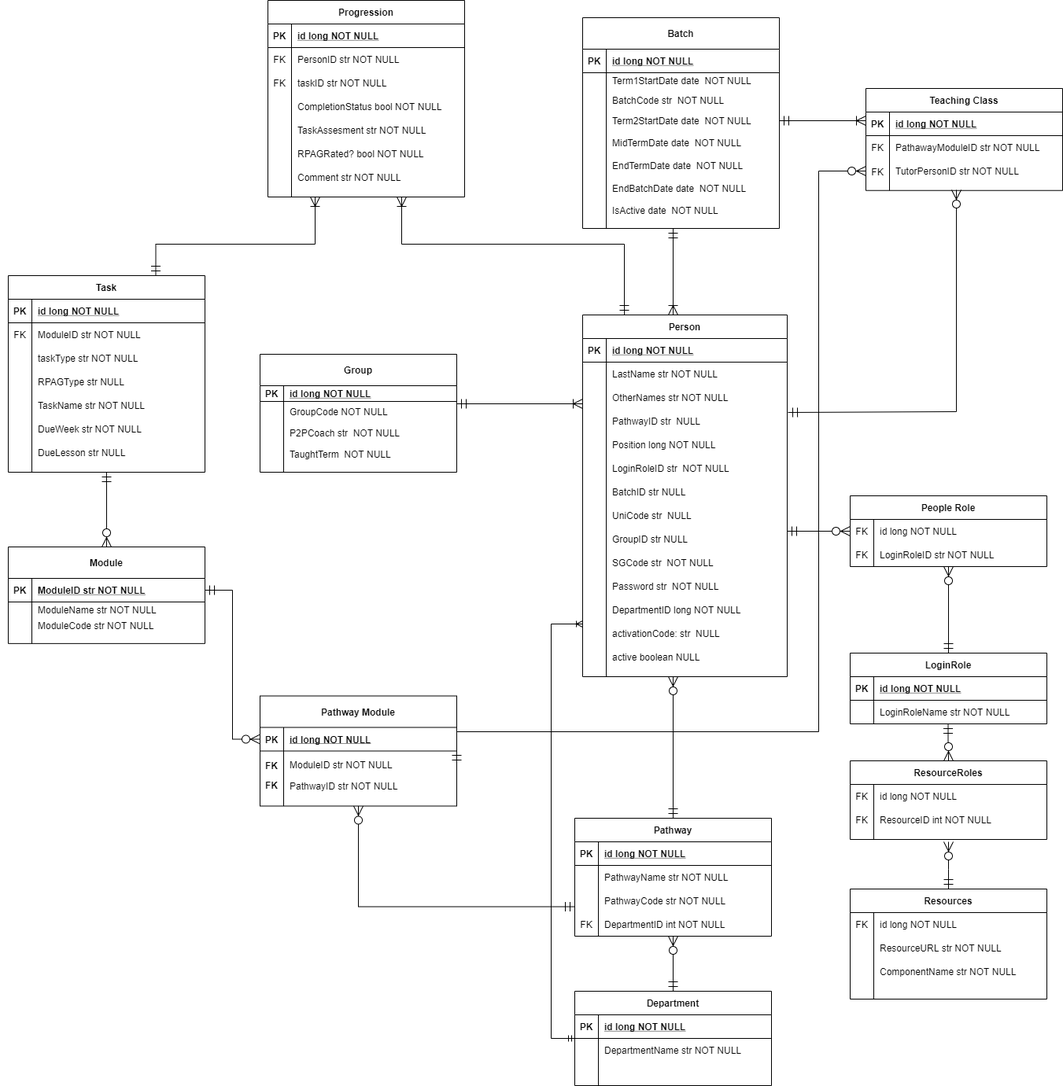
Before: 2021/mongodb/HackathonERD.png, a diagram exported from draw.io (JohnAPedagogy/ProgressiveStudentHackathon). Source tidied: cells renumbered, new cells last; positions are measured from the earlier drawing's top-left corner, leaving out a move shared by most shapes.
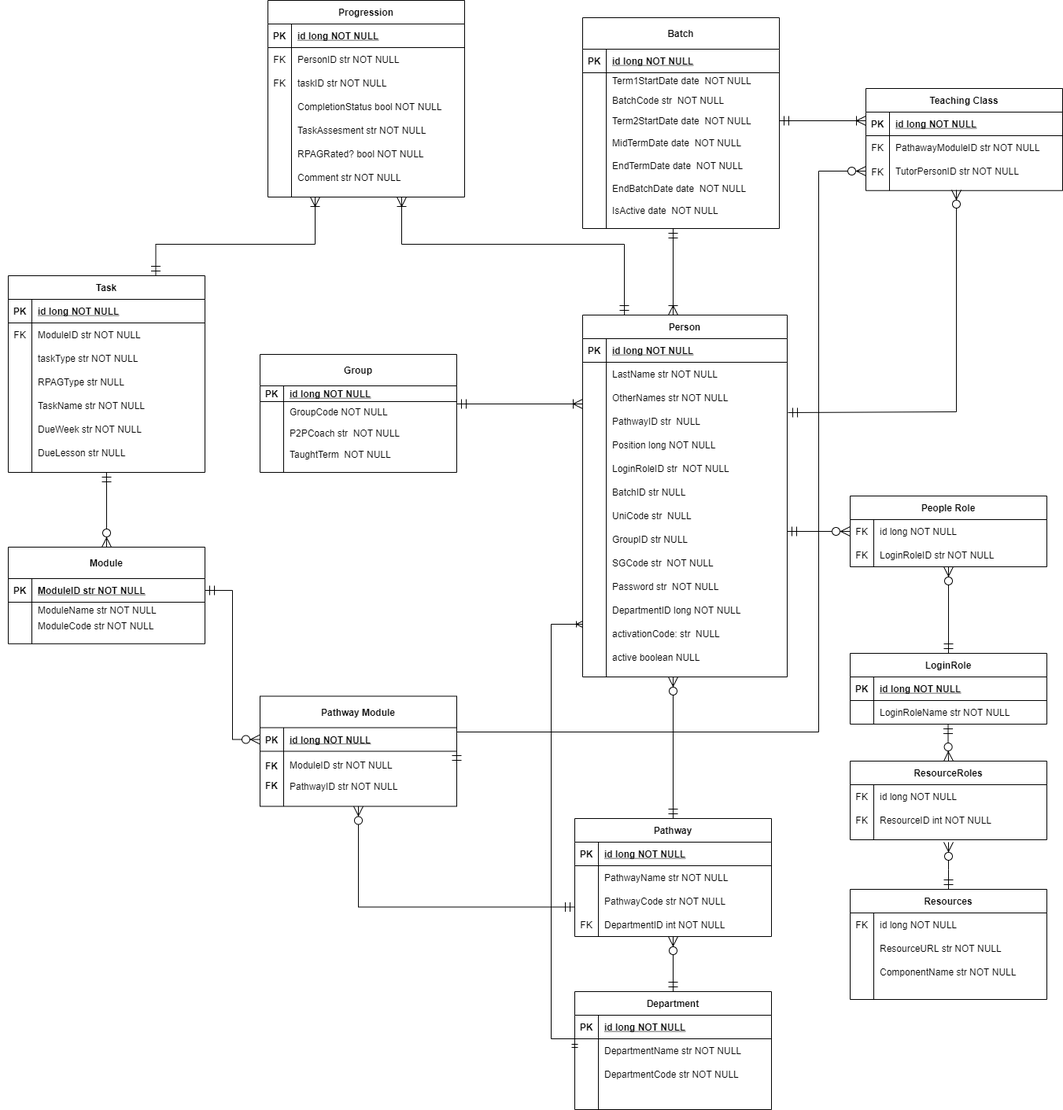
The same file after the commit.

Change to the diagram source:
```diff
@@ -679,7 +679,7 @@
       </mxGeometry>
     </mxCell>
     <mxCell id="208" value="Department" style="shape=table;startSize=30;rowLines=0;fontStyle=1;align=center;" parent="1" vertex="1">
-      <mxGeometry x="730" y="1260" width="250" height="120" as="geometry" />
+      <mxGeometry x="730" y="1260" width="250" height="150" as="geometry" />
     </mxCell>
     <mxCell id="209" style="shape=partialRectangle;fillColor=none;top=0;left=0;right=0;bottom=1;" parent="208" vertex="1">
       <mxGeometry y="30" width="250" height="30" as="geometry" />
@@ -699,8 +699,17 @@
     <mxCell id="214" value="DepartmentName str NOT NULL" style="shape=partialRectangle;overflow=hidden;fillColor=none;top=0;left=0;bottom=0;right=0;align=left;spacingLeft=6;" parent="212" vertex="1">
       <mxGeometry x="30" width="220" height="30" as="geometry" />
     </mxCell>
+    <mxCell id="218" style="shape=partialRectangle;fillColor=none;top=0;left=0;right=0;bottom=0;" parent="208" vertex="1">
+      <mxGeometry y="90" width="250" height="30" as="geometry" />
+    </mxCell>
+    <mxCell id="219" style="shape=partialRectangle;overflow=hidden;fillColor=none;top=0;left=0;bottom=0;right=0;" parent="218" vertex="1">
+      <mxGeometry width="30" height="30" as="geometry" />
+    </mxCell>
+    <mxCell id="220" value="DepartmentCode str NOT NULL" style="shape=partialRectangle;overflow=hidden;fillColor=none;top=0;left=0;bottom=0;right=0;align=left;spacingLeft=6;" parent="218" vertex="1">
+      <mxGeometry x="30" width="220" height="30" as="geometry" />
+    </mxCell>
     <mxCell id="215" style="shape=partialRectangle;fillColor=none;top=0;left=0;right=0;bottom=0;" parent="208" vertex="1">
-      <mxGeometry y="90" width="250" height="30" as="geometry" />
+      <mxGeometry y="120" width="250" height="30" as="geometry" />
     </mxCell>
     <mxCell id="216" style="shape=partialRectangle;overflow=hidden;fillColor=none;top=0;left=0;bottom=0;right=0;" parent="215" vertex="1">
       <mxGeometry width="30" height="30" as="geometry" />
```
